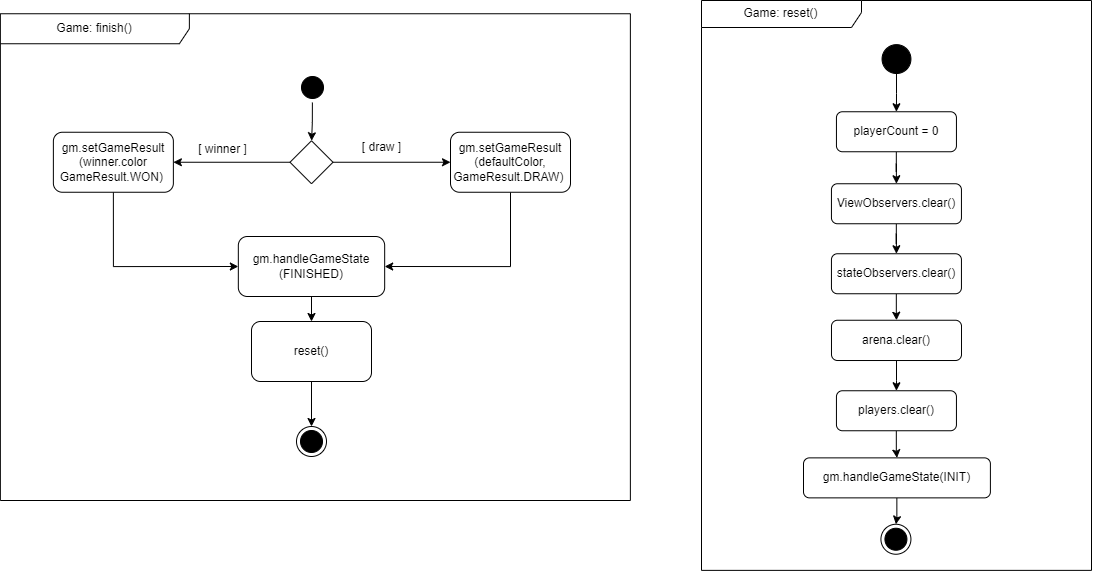
Above: Dokumentation/App/diagrams/laufzeit/activity_end.png in sckoenig/Distributed-Tron (draw.io), before the change. Source tidied: cells renumbered, new cells last; positions are measured from the earlier drawing's top-left corner, leaving out a move shared by most shapes. Source of this version:
```xml
<mxGraphModel>
  <root>
    <mxCell id="0" />
    <mxCell id="1" parent="0" />
    <mxCell id="2" style="edgeStyle=orthogonalEdgeStyle;rounded=0;jettySize=auto;html=1;entryX=0.5;entryY=0;entryDx=0;entryDy=0;" parent="1" edge="1" source="3" target="5">
      <mxGeometry relative="1" as="geometry" />
    </mxCell>
    <mxCell id="3" value="playerCount = 0" style="rounded=1;whiteSpace=wrap;html=1;" parent="1" vertex="1">
      <mxGeometry x="835.9" y="111.2" width="120" height="40" as="geometry" />
    </mxCell>
    <mxCell id="4" style="edgeStyle=orthogonalEdgeStyle;rounded=0;jettySize=auto;html=1;entryX=0.5;entryY=0;entryDx=0;entryDy=0;" parent="1" edge="1" source="5" target="7">
      <mxGeometry relative="1" as="geometry" />
    </mxCell>
    <mxCell id="5" value="ViewObservers.clear()" style="rounded=1;whiteSpace=wrap;html=1;" parent="1" vertex="1">
      <mxGeometry x="830.9" y="183.2" width="130" height="40" as="geometry" />
    </mxCell>
    <mxCell id="6" style="edgeStyle=orthogonalEdgeStyle;rounded=0;jettySize=auto;html=1;entryX=0.5;entryY=0;entryDx=0;entryDy=0;" parent="1" edge="1" source="7" target="9">
      <mxGeometry relative="1" as="geometry" />
    </mxCell>
    <mxCell id="7" value="&lt;span style=&quot;text-align: left;&quot;&gt;stateObservers&lt;/span&gt;.clear()" style="rounded=1;whiteSpace=wrap;html=1;" parent="1" vertex="1">
      <mxGeometry x="830.9" y="253.2" width="130" height="40" as="geometry" />
    </mxCell>
    <mxCell id="8" style="edgeStyle=orthogonalEdgeStyle;rounded=0;jettySize=auto;html=1;entryX=0.5;entryY=0;entryDx=0;entryDy=0;" parent="1" edge="1" source="9" target="11">
      <mxGeometry relative="1" as="geometry" />
    </mxCell>
    <mxCell id="9" value="&lt;div style=&quot;text-align: left;&quot;&gt;&lt;span style=&quot;background-color: initial;&quot;&gt;arena.clear()&lt;br&gt;&lt;/span&gt;&lt;/div&gt;" style="rounded=1;whiteSpace=wrap;html=1;" parent="1" vertex="1">
      <mxGeometry x="831" y="319.8" width="130" height="40.2" as="geometry" />
    </mxCell>
    <mxCell id="10" style="edgeStyle=orthogonalEdgeStyle;rounded=0;jettySize=auto;html=1;entryX=0.5;entryY=0;entryDx=0;entryDy=0;" parent="1" edge="1" source="11" target="17">
      <mxGeometry relative="1" as="geometry" />
    </mxCell>
    <mxCell id="11" value="players.clear()" style="rounded=1;whiteSpace=wrap;html=1;" parent="1" vertex="1">
      <mxGeometry x="835.9" y="390.2" width="120" height="40" as="geometry" />
    </mxCell>
    <mxCell id="12" style="edgeStyle=orthogonalEdgeStyle;rounded=0;jettySize=auto;html=1;entryX=0.5;entryY=0;entryDx=0;entryDy=0;" parent="1" edge="1" source="13" target="3">
      <mxGeometry relative="1" as="geometry" />
    </mxCell>
    <mxCell id="13" style="ellipse;whiteSpace=wrap;html=1;fillColor=#000000;" parent="1" vertex="1">
      <mxGeometry x="881.6" y="44.1" width="28.9" height="28.9" as="geometry" />
    </mxCell>
    <mxCell id="14" style="ellipse;html=1;shape=endState;fillColor=#000000;strokeColor=#000000;fontSize=11;sketch=0;" parent="1" vertex="1">
      <mxGeometry x="880.4" y="523.8" width="30" height="30" as="geometry" />
    </mxCell>
    <mxCell id="15" value="Game: reset()" style="shape=umlFrame;whiteSpace=wrap;html=1;sketch=0;fillColor=default;width=160;height=27;" parent="1" vertex="1">
      <mxGeometry x="701" width="390" height="569.9" as="geometry" />
    </mxCell>
    <mxCell id="16" style="edgeStyle=orthogonalEdgeStyle;rounded=0;jettySize=auto;html=1;entryX=0.5;entryY=0;entryDx=0;entryDy=0;" parent="1" edge="1" source="17" target="14">
      <mxGeometry relative="1" as="geometry" />
    </mxCell>
    <mxCell id="17" value="gm.handleGameState(INIT)" style="rounded=1;whiteSpace=wrap;html=1;" parent="1" vertex="1">
      <mxGeometry x="803" y="457.4" width="186.9" height="40" as="geometry" />
    </mxCell>
    <mxCell id="18" style="edgeStyle=orthogonalEdgeStyle;rounded=0;jettySize=auto;html=1;exitX=0.5;exitY=1;exitDx=0;exitDy=0;fontSize=24;" parent="1" edge="1" target="24">
      <mxGeometry relative="1" as="geometry">
        <mxPoint x="311.9" y="102" as="sourcePoint" />
      </mxGeometry>
    </mxCell>
    <mxCell id="19" style="ellipse;html=1;shape=endState;fillColor=#000000;strokeColor=#000000;" parent="1" vertex="1">
      <mxGeometry x="296" y="426" width="30" height="30" as="geometry" />
    </mxCell>
    <mxCell id="20" style="edgeStyle=orthogonalEdgeStyle;rounded=0;jettySize=auto;html=1;exitX=0;exitY=0.5;exitDx=0;exitDy=0;exitPerimeter=0;entryX=1;entryY=0.5;entryDx=0;entryDy=0;" parent="1" edge="1" source="24" target="28">
      <mxGeometry relative="1" as="geometry" />
    </mxCell>
    <mxCell id="21" value="&lt;font style=&quot;font-size: 12px;&quot;&gt;[ winner ]&lt;/font&gt;" style="edgeLabel;html=1;align=center;verticalAlign=middle;" parent="20" vertex="1">
      <mxGeometry x="0.25" y="2" relative="1" as="geometry">
        <mxPoint x="4" y="-16" as="offset" />
      </mxGeometry>
    </mxCell>
    <mxCell id="22" style="edgeStyle=orthogonalEdgeStyle;rounded=0;jettySize=auto;html=1;exitX=1;exitY=0.5;exitDx=0;exitDy=0;exitPerimeter=0;entryX=0;entryY=0.5;entryDx=0;entryDy=0;" parent="1" edge="1" source="24" target="26">
      <mxGeometry relative="1" as="geometry" />
    </mxCell>
    <mxCell id="23" value="[ draw ]" style="edgeLabel;html=1;align=center;verticalAlign=middle;fontSize=12;" parent="22" vertex="1">
      <mxGeometry x="-0.3" y="2" relative="1" as="geometry">
        <mxPoint x="6" y="-14" as="offset" />
      </mxGeometry>
    </mxCell>
    <mxCell id="24" style="strokeWidth=1;html=1;shape=mxgraph.flowchart.decision;whiteSpace=wrap;" parent="1" vertex="1">
      <mxGeometry x="289.5" y="140.2" width="43" height="43" as="geometry" />
    </mxCell>
    <mxCell id="25" style="edgeStyle=orthogonalEdgeStyle;rounded=0;jettySize=auto;html=1;exitX=0.5;exitY=1;exitDx=0;exitDy=0;entryX=1;entryY=0.5;entryDx=0;entryDy=0;fontSize=24;" parent="1" edge="1" source="26" target="30">
      <mxGeometry relative="1" as="geometry" />
    </mxCell>
    <mxCell id="26" value="gm.setGameResult&lt;br&gt;(defaultColor, GameResult.DRAW)&amp;nbsp;" style="rounded=1;whiteSpace=wrap;html=1;" parent="1" vertex="1">
      <mxGeometry x="450" y="131.8" width="120" height="60" as="geometry" />
    </mxCell>
    <mxCell id="27" style="edgeStyle=orthogonalEdgeStyle;rounded=0;jettySize=auto;html=1;exitX=0.5;exitY=1;exitDx=0;exitDy=0;entryX=0;entryY=0.5;entryDx=0;entryDy=0;fontSize=24;" parent="1" edge="1" source="28" target="30">
      <mxGeometry relative="1" as="geometry" />
    </mxCell>
    <mxCell id="28" value="gm.setGameResult&lt;br&gt;(winner.color GameResult.WON)&amp;nbsp;" style="rounded=1;whiteSpace=wrap;html=1;" parent="1" vertex="1">
      <mxGeometry x="52.9" y="131.8" width="120" height="60" as="geometry" />
    </mxCell>
    <mxCell id="29" style="edgeStyle=orthogonalEdgeStyle;rounded=0;jettySize=auto;html=1;exitX=0.5;exitY=1;exitDx=0;exitDy=0;entryX=0.5;entryY=0;entryDx=0;entryDy=0;fontSize=24;" parent="1" edge="1" source="30" target="32">
      <mxGeometry relative="1" as="geometry" />
    </mxCell>
    <mxCell id="30" value="gm.handleGameState&lt;br&gt;(FINISHED)" style="rounded=1;whiteSpace=wrap;html=1;" parent="1" vertex="1">
      <mxGeometry x="237.8" y="236" width="146.3" height="60" as="geometry" />
    </mxCell>
    <mxCell id="31" style="edgeStyle=orthogonalEdgeStyle;rounded=0;jettySize=auto;html=1;exitX=0.5;exitY=1;exitDx=0;exitDy=0;fontSize=24;" parent="1" edge="1" source="32" target="19">
      <mxGeometry relative="1" as="geometry" />
    </mxCell>
    <mxCell id="32" value="reset()" style="rounded=1;whiteSpace=wrap;html=1;" parent="1" vertex="1">
      <mxGeometry x="251" y="321" width="120" height="60" as="geometry" />
    </mxCell>
    <mxCell id="33" style="ellipse;html=1;shape=startState;fillColor=#000000;strokeColor=#000000;" parent="1" vertex="1">
      <mxGeometry x="297" y="72" width="30" height="30" as="geometry" />
    </mxCell>
    <mxCell id="34" value="Game: finish()" style="shape=umlFrame;whiteSpace=wrap;html=1;sketch=0;fillColor=default;width=189;height=30;" parent="1" vertex="1">
      <mxGeometry x="-0.1" y="13.2" width="630" height="486.8" as="geometry" />
    </mxCell>
  </root>
</mxGraphModel>
```
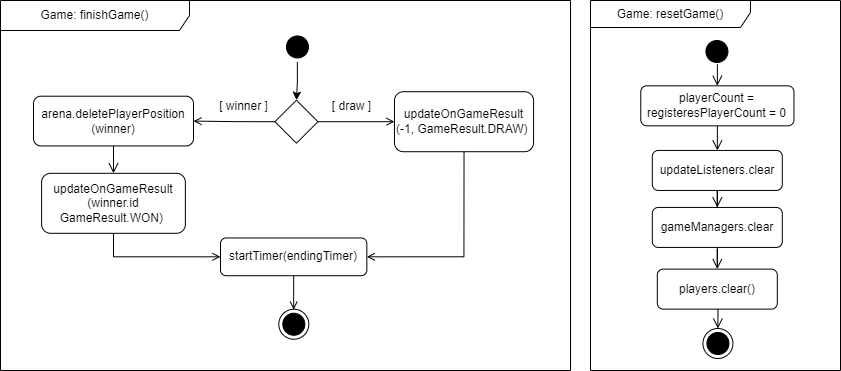
The same file after the commit.

Change to the diagram source:
```diff
@@ -2,110 +2,104 @@
   <root>
     <mxCell id="0" />
     <mxCell id="1" parent="0" />
-    <mxCell id="2" style="edgeStyle=orthogonalEdgeStyle;rounded=0;jettySize=auto;html=1;entryX=0.5;entryY=0;entryDx=0;entryDy=0;" parent="1" edge="1" source="3" target="5">
+    <mxCell id="2" style="edgeStyle=orthogonalEdgeStyle;rounded=0;jettySize=auto;html=1;entryX=0.5;entryY=0;entryDx=0;entryDy=0;endArrow=open;endFill=0;endSize=8;" parent="1" edge="1" source="3" target="5">
       <mxGeometry relative="1" as="geometry" />
     </mxCell>
-    <mxCell id="3" value="playerCount = 0" style="rounded=1;whiteSpace=wrap;html=1;" parent="1" vertex="1">
-      <mxGeometry x="835.9" y="111.2" width="120" height="40" as="geometry" />
+    <mxCell id="3" value="playerCount = &lt;br&gt;registeresPlayerCount =&amp;nbsp;0" style="rounded=1;whiteSpace=wrap;html=1;" parent="1" vertex="1">
+      <mxGeometry x="-2292.7" y="-94.7" width="153.2" height="40" as="geometry" />
     </mxCell>
-    <mxCell id="4" style="edgeStyle=orthogonalEdgeStyle;rounded=0;jettySize=auto;html=1;entryX=0.5;entryY=0;entryDx=0;entryDy=0;" parent="1" edge="1" source="5" target="7">
+    <mxCell id="4" style="edgeStyle=orthogonalEdgeStyle;rounded=0;jettySize=auto;html=1;entryX=0.5;entryY=0;entryDx=0;entryDy=0;endArrow=open;endFill=0;endSize=8;" parent="1" edge="1" source="5" target="7">
       <mxGeometry relative="1" as="geometry" />
     </mxCell>
-    <mxCell id="5" value="ViewObservers.clear()" style="rounded=1;whiteSpace=wrap;html=1;" parent="1" vertex="1">
-      <mxGeometry x="830.9" y="183.2" width="130" height="40" as="geometry" />
+    <mxCell id="5" value="updateListeners.clear" style="rounded=1;whiteSpace=wrap;html=1;" parent="1" vertex="1">
+      <mxGeometry x="-2281.2" y="-30.1" width="130" height="40" as="geometry" />
     </mxCell>
-    <mxCell id="6" style="edgeStyle=orthogonalEdgeStyle;rounded=0;jettySize=auto;html=1;entryX=0.5;entryY=0;entryDx=0;entryDy=0;" parent="1" edge="1" source="7" target="9">
+    <mxCell id="6" style="edgeStyle=orthogonalEdgeStyle;rounded=0;jettySize=auto;html=1;entryX=0.5;entryY=0;entryDx=0;entryDy=0;endArrow=open;endFill=0;endSize=8;" parent="1" edge="1" source="7" target="8">
       <mxGeometry relative="1" as="geometry" />
     </mxCell>
-    <mxCell id="7" value="&lt;span style=&quot;text-align: left;&quot;&gt;stateObservers&lt;/span&gt;.clear()" style="rounded=1;whiteSpace=wrap;html=1;" parent="1" vertex="1">
-      <mxGeometry x="830.9" y="253.2" width="130" height="40" as="geometry" />
+    <mxCell id="7" value="&lt;div style=&quot;text-align: left;&quot;&gt;&lt;span style=&quot;background-color: initial;&quot;&gt;gameManagers.clear&lt;/span&gt;&lt;/div&gt;" style="rounded=1;whiteSpace=wrap;html=1;" parent="1" vertex="1">
+      <mxGeometry x="-2281.2" y="26.9" width="130" height="40" as="geometry" />
     </mxCell>
-    <mxCell id="8" style="edgeStyle=orthogonalEdgeStyle;rounded=0;jettySize=auto;html=1;entryX=0.5;entryY=0;entryDx=0;entryDy=0;" parent="1" edge="1" source="9" target="11">
-      <mxGeometry relative="1" as="geometry" />
+    <mxCell id="8" value="players.clear()" style="rounded=1;whiteSpace=wrap;html=1;" parent="1" vertex="1">
+      <mxGeometry x="-2276.2" y="88.6" width="120" height="40" as="geometry" />
     </mxCell>
-    <mxCell id="9" value="&lt;div style=&quot;text-align: left;&quot;&gt;&lt;span style=&quot;background-color: initial;&quot;&gt;arena.clear()&lt;br&gt;&lt;/span&gt;&lt;/div&gt;" style="rounded=1;whiteSpace=wrap;html=1;" parent="1" vertex="1">
-      <mxGeometry x="831" y="319.8" width="130" height="40.2" as="geometry" />
+    <mxCell id="9" style="edgeStyle=orthogonalEdgeStyle;rounded=0;jettySize=auto;html=1;entryX=0.5;entryY=0;entryDx=0;entryDy=0;endArrow=open;endFill=0;endSize=8;" parent="1" edge="1" target="3">
+      <mxGeometry relative="1" as="geometry">
+        <mxPoint x="-2216.1" y="-116.3" as="sourcePoint" />
+      </mxGeometry>
     </mxCell>
-    <mxCell id="10" style="edgeStyle=orthogonalEdgeStyle;rounded=0;jettySize=auto;html=1;entryX=0.5;entryY=0;entryDx=0;entryDy=0;" parent="1" edge="1" source="11" target="17">
-      <mxGeometry relative="1" as="geometry" />
+    <mxCell id="10" style="ellipse;html=1;shape=endState;fillColor=#000000;strokeColor=#000000;fontSize=11;sketch=0;" parent="1" vertex="1">
+      <mxGeometry x="-2230.6" y="148" width="30" height="30" as="geometry" />
     </mxCell>
-    <mxCell id="11" value="players.clear()" style="rounded=1;whiteSpace=wrap;html=1;" parent="1" vertex="1">
-      <mxGeometry x="835.9" y="390.2" width="120" height="40" as="geometry" />
+    <mxCell id="11" style="edgeStyle=orthogonalEdgeStyle;rounded=0;jettySize=auto;html=1;entryX=0.5;entryY=0;entryDx=0;entryDy=0;endArrow=open;endFill=0;endSize=8;" parent="1" edge="1" target="10">
+      <mxGeometry relative="1" as="geometry">
+        <mxPoint x="-2215.6" y="128.6" as="sourcePoint" />
+      </mxGeometry>
     </mxCell>
-    <mxCell id="12" style="edgeStyle=orthogonalEdgeStyle;rounded=0;jettySize=auto;html=1;entryX=0.5;entryY=0;entryDx=0;entryDy=0;" parent="1" edge="1" source="13" target="3">
-      <mxGeometry relative="1" as="geometry" />
+    <mxCell id="12" style="edgeStyle=orthogonalEdgeStyle;rounded=0;jettySize=auto;html=1;exitX=0.5;exitY=1;exitDx=0;exitDy=0;fontSize=24;" parent="1" edge="1" target="18">
+      <mxGeometry relative="1" as="geometry">
+        <mxPoint x="-2636.2" y="-118.5" as="sourcePoint" />
+      </mxGeometry>
     </mxCell>
-    <mxCell id="13" style="ellipse;whiteSpace=wrap;html=1;fillColor=#000000;" parent="1" vertex="1">
-      <mxGeometry x="881.6" y="44.1" width="28.9" height="28.9" as="geometry" />
+    <mxCell id="13" style="ellipse;html=1;shape=endState;fillColor=#000000;strokeColor=#000000;" parent="1" vertex="1">
+      <mxGeometry x="-2654.7" y="128.8" width="30" height="30" as="geometry" />
     </mxCell>
-    <mxCell id="14" style="ellipse;html=1;shape=endState;fillColor=#000000;strokeColor=#000000;fontSize=11;sketch=0;" parent="1" vertex="1">
-      <mxGeometry x="880.4" y="523.8" width="30" height="30" as="geometry" />
+    <mxCell id="14" style="edgeStyle=orthogonalEdgeStyle;rounded=0;jettySize=auto;html=1;exitX=0;exitY=0.5;exitDx=0;exitDy=0;exitPerimeter=0;entryX=1;entryY=0.5;entryDx=0;entryDy=0;endArrow=open;endFill=0;" parent="1" edge="1" source="18" target="27">
+      <mxGeometry relative="1" as="geometry" />
     </mxCell>
-    <mxCell id="15" value="Game: reset()" style="shape=umlFrame;whiteSpace=wrap;html=1;sketch=0;fillColor=default;width=160;height=27;" parent="1" vertex="1">
-      <mxGeometry x="701" width="390" height="569.9" as="geometry" />
+    <mxCell id="15" value="&lt;font style=&quot;font-size: 12px;&quot;&gt;[ winner ]&lt;/font&gt;" style="edgeLabel;html=1;align=center;verticalAlign=middle;" parent="14" vertex="1">
+      <mxGeometry x="0.25" y="2" relative="1" as="geometry">
+        <mxPoint x="19" y="-17" as="offset" />
+      </mxGeometry>
     </mxCell>
-    <mxCell id="16" style="edgeStyle=orthogonalEdgeStyle;rounded=0;jettySize=auto;html=1;entryX=0.5;entryY=0;entryDx=0;entryDy=0;" parent="1" edge="1" source="17" target="14">
+    <mxCell id="16" style="edgeStyle=orthogonalEdgeStyle;rounded=0;jettySize=auto;html=1;exitX=1;exitY=0.5;exitDx=0;exitDy=0;exitPerimeter=0;entryX=0;entryY=0.5;entryDx=0;entryDy=0;endArrow=open;endFill=0;" parent="1" edge="1" source="18" target="20">
       <mxGeometry relative="1" as="geometry" />
     </mxCell>
-    <mxCell id="17" value="gm.handleGameState(INIT)" style="rounded=1;whiteSpace=wrap;html=1;" parent="1" vertex="1">
-      <mxGeometry x="803" y="457.4" width="186.9" height="40" as="geometry" />
+    <mxCell id="17" value="[ draw ]" style="edgeLabel;html=1;align=center;verticalAlign=middle;points=[];fontSize=12;" parent="16" vertex="1">
+      <mxGeometry x="-0.3" y="2" relative="1" as="geometry">
+        <mxPoint x="6" y="-14" as="offset" />
+      </mxGeometry>
     </mxCell>
-    <mxCell id="18" style="edgeStyle=orthogonalEdgeStyle;rounded=0;jettySize=auto;html=1;exitX=0.5;exitY=1;exitDx=0;exitDy=0;fontSize=24;" parent="1" edge="1" target="24">
-      <mxGeometry relative="1" as="geometry">
-        <mxPoint x="311.9" y="102" as="sourcePoint" />
-      </mxGeometry>
+    <mxCell id="18" style="strokeWidth=1;html=1;shape=mxgraph.flowchart.decision;whiteSpace=wrap;" parent="1" vertex="1">
+      <mxGeometry x="-2658.5" y="-80.3" width="43" height="43" as="geometry" />
     </mxCell>
-    <mxCell id="19" style="ellipse;html=1;shape=endState;fillColor=#000000;strokeColor=#000000;" parent="1" vertex="1">
-      <mxGeometry x="296" y="426" width="30" height="30" as="geometry" />
+    <mxCell id="19" style="edgeStyle=orthogonalEdgeStyle;rounded=0;jettySize=auto;html=1;exitX=0.5;exitY=1;exitDx=0;exitDy=0;entryX=1;entryY=0.5;entryDx=0;entryDy=0;fontSize=24;endArrow=open;endFill=0;" parent="1" edge="1" source="20" target="24">
+      <mxGeometry relative="1" as="geometry" />
     </mxCell>
-    <mxCell id="20" style="edgeStyle=orthogonalEdgeStyle;rounded=0;jettySize=auto;html=1;exitX=0;exitY=0.5;exitDx=0;exitDy=0;exitPerimeter=0;entryX=1;entryY=0.5;entryDx=0;entryDy=0;" parent="1" edge="1" source="24" target="28">
-      <mxGeometry relative="1" as="geometry" />
+    <mxCell id="20" value="updateOnGameResult&lt;br&gt;(-1, GameResult.DRAW)&amp;nbsp;" style="rounded=1;whiteSpace=wrap;html=1;" parent="1" vertex="1">
+      <mxGeometry x="-2539" y="-88.8" width="139.1" height="60" as="geometry" />
     </mxCell>
-    <mxCell id="21" value="&lt;font style=&quot;font-size: 12px;&quot;&gt;[ winner ]&lt;/font&gt;" style="edgeLabel;html=1;align=center;verticalAlign=middle;" parent="20" vertex="1">
-      <mxGeometry x="0.25" y="2" relative="1" as="geometry">
-        <mxPoint x="4" y="-16" as="offset" />
-      </mxGeometry>
+    <mxCell id="21" style="edgeStyle=orthogonalEdgeStyle;rounded=0;jettySize=auto;html=1;exitX=0.5;exitY=1;exitDx=0;exitDy=0;entryX=0;entryY=0.5;entryDx=0;entryDy=0;fontSize=24;endArrow=open;endFill=0;" parent="1" edge="1" source="22" target="24">
+      <mxGeometry relative="1" as="geometry" />
     </mxCell>
-    <mxCell id="22" style="edgeStyle=orthogonalEdgeStyle;rounded=0;jettySize=auto;html=1;exitX=1;exitY=0.5;exitDx=0;exitDy=0;exitPerimeter=0;entryX=0;entryY=0.5;entryDx=0;entryDy=0;" parent="1" edge="1" source="24" target="26">
-      <mxGeometry relative="1" as="geometry" />
+    <mxCell id="22" value="updateOnGameResult&lt;br&gt;(winner.id GameResult.WON)&amp;nbsp;" style="rounded=1;whiteSpace=wrap;html=1;" parent="1" vertex="1">
+      <mxGeometry x="-2891.9" y="-7.2" width="143.8" height="60" as="geometry" />
     </mxCell>
-    <mxCell id="23" value="[ draw ]" style="edgeLabel;html=1;align=center;verticalAlign=middle;fontSize=12;" parent="22" vertex="1">
-      <mxGeometry x="-0.3" y="2" relative="1" as="geometry">
-        <mxPoint x="6" y="-14" as="offset" />
+    <mxCell id="23" style="edgeStyle=orthogonalEdgeStyle;rounded=0;jettySize=auto;html=1;exitX=0.5;exitY=1;exitDx=0;exitDy=0;fontSize=24;entryX=0.5;entryY=0;entryDx=0;entryDy=0;endArrow=open;endFill=0;" parent="1" edge="1" source="24">
+      <mxGeometry relative="1" as="geometry">
+        <mxPoint x="-2639.8" y="129.2" as="targetPoint" />
       </mxGeometry>
     </mxCell>
-    <mxCell id="24" style="strokeWidth=1;html=1;shape=mxgraph.flowchart.decision;whiteSpace=wrap;" parent="1" vertex="1">
-      <mxGeometry x="289.5" y="140.2" width="43" height="43" as="geometry" />
+    <mxCell id="24" value="startTimer(endingTimer)" style="rounded=1;whiteSpace=wrap;html=1;" parent="1" vertex="1">
+      <mxGeometry x="-2713" y="57.5" width="146.3" height="37.8" as="geometry" />
     </mxCell>
-    <mxCell id="25" style="edgeStyle=orthogonalEdgeStyle;rounded=0;jettySize=auto;html=1;exitX=0.5;exitY=1;exitDx=0;exitDy=0;entryX=1;entryY=0.5;entryDx=0;entryDy=0;fontSize=24;" parent="1" edge="1" source="26" target="30">
-      <mxGeometry relative="1" as="geometry" />
+    <mxCell id="25" style="ellipse;html=1;shape=startState;fillColor=#000000;strokeColor=#000000;" parent="1" vertex="1">
+      <mxGeometry x="-2651" y="-148.5" width="30" height="30" as="geometry" />
     </mxCell>
-    <mxCell id="26" value="gm.setGameResult&lt;br&gt;(defaultColor, GameResult.DRAW)&amp;nbsp;" style="rounded=1;whiteSpace=wrap;html=1;" parent="1" vertex="1">
-      <mxGeometry x="450" y="131.8" width="120" height="60" as="geometry" />
+    <mxCell id="26" style="edgeStyle=orthogonalEdgeStyle;rounded=0;jettySize=auto;html=1;exitX=0.5;exitY=1;exitDx=0;exitDy=0;entryX=0.5;entryY=0;entryDx=0;entryDy=0;endArrow=open;endFill=0;endSize=8;" parent="1" edge="1" source="27" target="22">
+      <mxGeometry relative="1" as="geometry" />
     </mxCell>
-    <mxCell id="27" style="edgeStyle=orthogonalEdgeStyle;rounded=0;jettySize=auto;html=1;exitX=0.5;exitY=1;exitDx=0;exitDy=0;entryX=0;entryY=0.5;entryDx=0;entryDy=0;fontSize=24;" parent="1" edge="1" source="28" target="30">
-      <mxGeometry relative="1" as="geometry" />
+    <mxCell id="27" value="arena.deletePlayerPosition&lt;br&gt;(winner)" style="rounded=1;whiteSpace=wrap;html=1;" parent="1" vertex="1">
+      <mxGeometry x="-2900" y="-84.3" width="160" height="49.7" as="geometry" />
     </mxCell>
-    <mxCell id="28" value="gm.setGameResult&lt;br&gt;(winner.color GameResult.WON)&amp;nbsp;" style="rounded=1;whiteSpace=wrap;html=1;" parent="1" vertex="1">
-      <mxGeometry x="52.9" y="131.8" width="120" height="60" as="geometry" />
+    <mxCell id="28" style="ellipse;html=1;shape=startState;fillColor=#000000;strokeColor=#000000;" parent="1" vertex="1">
+      <mxGeometry x="-2231.6" y="-144" width="30" height="30" as="geometry" />
     </mxCell>
-    <mxCell id="29" style="edgeStyle=orthogonalEdgeStyle;rounded=0;jettySize=auto;html=1;exitX=0.5;exitY=1;exitDx=0;exitDy=0;entryX=0.5;entryY=0;entryDx=0;entryDy=0;fontSize=24;" parent="1" edge="1" source="30" target="32">
-      <mxGeometry relative="1" as="geometry" />
+    <mxCell id="29" value="Game: finishGame()" style="shape=umlFrame;whiteSpace=wrap;html=1;sketch=0;fillColor=default;width=189;height=30;" parent="1" vertex="1">
+      <mxGeometry x="-2933" y="-180" width="570" height="370" as="geometry" />
     </mxCell>
-    <mxCell id="30" value="gm.handleGameState&lt;br&gt;(FINISHED)" style="rounded=1;whiteSpace=wrap;html=1;" parent="1" vertex="1">
-      <mxGeometry x="237.8" y="236" width="146.3" height="60" as="geometry" />
+    <mxCell id="30" value="Game: resetGame()" style="shape=umlFrame;whiteSpace=wrap;html=1;sketch=0;fillColor=default;width=160;height=27;" parent="1" vertex="1">
+      <mxGeometry x="-2343" y="-180" width="250" height="370" as="geometry" />
     </mxCell>
-    <mxCell id="31" style="edgeStyle=orthogonalEdgeStyle;rounded=0;jettySize=auto;html=1;exitX=0.5;exitY=1;exitDx=0;exitDy=0;fontSize=24;" parent="1" edge="1" source="32" target="19">
-      <mxGeometry relative="1" as="geometry" />
-    </mxCell>
-    <mxCell id="32" value="reset()" style="rounded=1;whiteSpace=wrap;html=1;" parent="1" vertex="1">
-      <mxGeometry x="251" y="321" width="120" height="60" as="geometry" />
-    </mxCell>
-    <mxCell id="33" style="ellipse;html=1;shape=startState;fillColor=#000000;strokeColor=#000000;" parent="1" vertex="1">
-      <mxGeometry x="297" y="72" width="30" height="30" as="geometry" />
-    </mxCell>
-    <mxCell id="34" value="Game: finish()" style="shape=umlFrame;whiteSpace=wrap;html=1;sketch=0;fillColor=default;width=189;height=30;" parent="1" vertex="1">
-      <mxGeometry x="-0.1" y="13.2" width="630" height="486.8" as="geometry" />
-    </mxCell>
   </root>
 </mxGraphModel>
```
